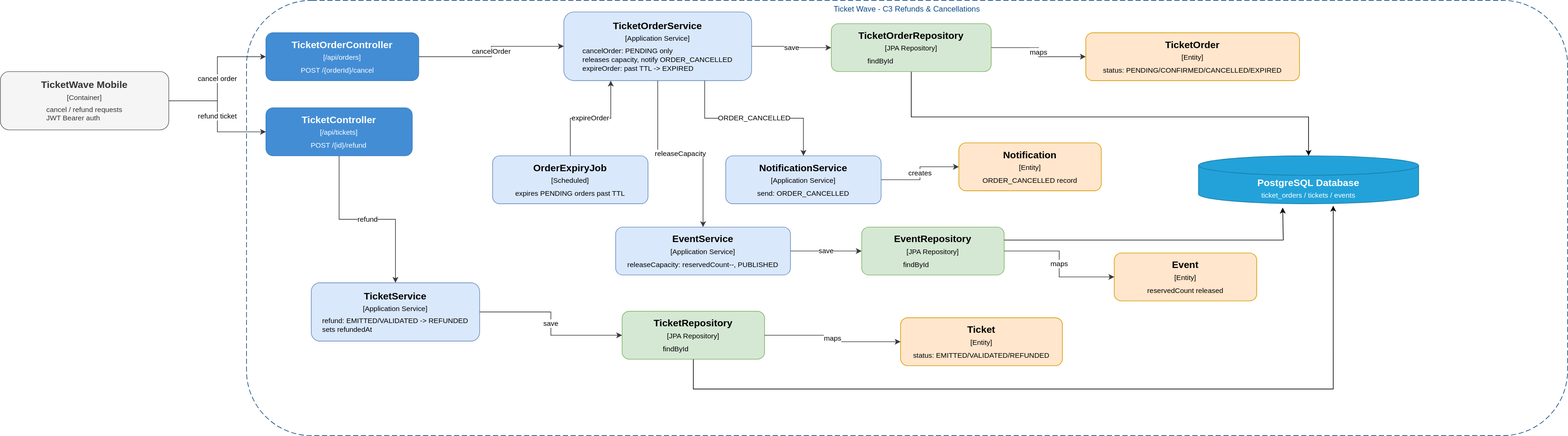
Before: diagrams/c4model/ticketwave-c3-refunds-cancellations.drawio.svg, a diagram exported from draw.io (Juanchoque1206/ticketwave-monolith). Source tidied: cells renumbered, new cells last; positions are measured from the earlier drawing's top-left corner, leaving out a move shared by most shapes. Its diagram source:
```xml
<mxGraphModel>
  <root>
    <mxCell id="0" />
    <mxCell id="1" parent="0" />
    <mxCell id="2" value="Ticket Wave - C3 Refunds &amp; Cancellations" style="group;rounded=1;whiteSpace=wrap;html=1;dashed=1;strokeColor=#0b4884;fillColor=none;fontColor=#0b4884;dashPattern=8 4;" parent="1" vertex="1">
      <mxGeometry x="380" width="2040" height="672" as="geometry" />
    </mxCell>
    <mxCell id="3" value="&lt;div style=&quot;border-color: rgb(218, 220, 224); font-size: 15px; font-weight: bold; margin-bottom: 4px;&quot;&gt;Event&lt;/div&gt;&lt;div style=&quot;border-color: rgb(218, 220, 224); font-size: 11px; margin-bottom: 6px;&quot;&gt;[Entity]&lt;/div&gt;&lt;div style=&quot;border-color: rgb(218, 220, 224); font-size: 11px; text-align: left; padding: 0px 14px;&quot;&gt;reservedCount released&lt;/div&gt;" style="rounded=1;whiteSpace=wrap;html=1;fillColor=#ffe6cc;strokeColor=#d79b00;fontColor=#000000;" parent="1" vertex="1">
      <mxGeometry x="1720" y="390" width="220" height="74" as="geometry" />
    </mxCell>
    <mxCell id="4" value="&lt;div style=&quot;border-color: rgb(218, 220, 224); font-size: 15px; font-weight: bold; margin-bottom: 4px;&quot;&gt;TicketOrderController&lt;/div&gt;&lt;div style=&quot;border-color: rgb(218, 220, 224); font-size: 11px; margin-bottom: 6px;&quot;&gt;[/api/orders]&lt;/div&gt;&lt;div style=&quot;border-color: rgb(218, 220, 224); font-size: 11px; text-align: left; padding: 0px 14px;&quot;&gt;POST /{orderId}/cancel&lt;/div&gt;" style="rounded=1;whiteSpace=wrap;html=1;fillColor=#438dd5;strokeColor=#3c7fc0;fontColor=#ffffff;" parent="1" vertex="1">
      <mxGeometry x="410" y="50" width="236" height="74" as="geometry" />
    </mxCell>
    <mxCell id="5" style="edgeStyle=orthogonalEdgeStyle;rounded=0;jettySize=auto;html=1;entryX=0.5;entryY=0;entryDx=0;entryDy=0;entryPerimeter=0;" parent="1" edge="1" source="6" target="18">
      <mxGeometry relative="1" as="geometry">
        <Array as="points">
          <mxPoint x="1407" y="180" />
          <mxPoint x="2020" y="180" />
        </Array>
      </mxGeometry>
    </mxCell>
    <mxCell id="6" value="&lt;div style=&quot;border-color: rgb(218, 220, 224); font-size: 15px; font-weight: bold; margin-bottom: 4px;&quot;&gt;TicketOrderRepository&lt;/div&gt;&lt;div style=&quot;border-color: rgb(218, 220, 224); font-size: 11px; margin-bottom: 6px;&quot;&gt;[JPA Repository]&lt;/div&gt;&lt;div style=&quot;border-color: rgb(218, 220, 224); font-size: 11px; text-align: left; padding: 0px 14px;&quot;&gt;findById&lt;/div&gt;" style="rounded=1;whiteSpace=wrap;html=1;fillColor=#d5e8d4;strokeColor=#82b366;fontColor=#000000;" parent="1" vertex="1">
      <mxGeometry x="1283" y="36" width="247" height="74" as="geometry" />
    </mxCell>
    <mxCell id="7" value="&lt;div style=&quot;border-color: rgb(218, 220, 224); font-size: 15px; font-weight: bold; margin-bottom: 4px;&quot;&gt;Notification&lt;/div&gt;&lt;div style=&quot;border-color: rgb(218, 220, 224); font-size: 11px; margin-bottom: 6px;&quot;&gt;[Entity]&lt;/div&gt;&lt;div style=&quot;border-color: rgb(218, 220, 224); font-size: 11px; text-align: left; padding: 0px 14px;&quot;&gt;ORDER_CANCELLED record&lt;/div&gt;" style="rounded=1;whiteSpace=wrap;html=1;fillColor=#ffe6cc;strokeColor=#d79b00;fontColor=#000000;" parent="1" vertex="1">
      <mxGeometry x="1480" y="220" width="220" height="74" as="geometry" />
    </mxCell>
    <mxCell id="8" value="&lt;div style=&quot;border-color: rgb(218, 220, 224); font-size: 15px; font-weight: bold; margin-bottom: 4px;&quot;&gt;NotificationService&lt;/div&gt;&lt;div style=&quot;border-color: rgb(218, 220, 224); font-size: 11px; margin-bottom: 6px;&quot;&gt;[Application Service]&lt;/div&gt;&lt;div style=&quot;border-color: rgb(218, 220, 224); font-size: 11px; text-align: left; padding: 0px 14px;&quot;&gt;send: ORDER_CANCELLED&lt;/div&gt;" style="rounded=1;whiteSpace=wrap;html=1;fillColor=#dae8fc;strokeColor=#6c8ebf;fontColor=#000000;" parent="1" vertex="1">
      <mxGeometry x="1120" y="240" width="240" height="74" as="geometry" />
    </mxCell>
    <mxCell id="9" value="&lt;div style=&quot;border-color: rgb(218, 220, 224); font-size: 15px; font-weight: bold; margin-bottom: 4px;&quot;&gt;TicketOrder&lt;/div&gt;&lt;div style=&quot;border-color: rgb(218, 220, 224); font-size: 11px; margin-bottom: 6px;&quot;&gt;[Entity]&lt;/div&gt;&lt;div style=&quot;border-color: rgb(218, 220, 224); font-size: 11px; text-align: left; padding: 0px 14px;&quot;&gt;status: PENDING/CONFIRMED/CANCELLED/EXPIRED&lt;/div&gt;" style="rounded=1;whiteSpace=wrap;html=1;fillColor=#ffe6cc;strokeColor=#d79b00;fontColor=#000000;" parent="1" vertex="1">
      <mxGeometry x="1676" y="50" width="330" height="74" as="geometry" />
    </mxCell>
    <mxCell id="10" value="&lt;div style=&quot;border-color: rgb(218, 220, 224); font-size: 15px; font-weight: bold; margin-bottom: 4px;&quot;&gt;TicketWave Mobile&lt;/div&gt;&lt;div style=&quot;border-color: rgb(218, 220, 224); font-size: 11px; margin-bottom: 6px;&quot;&gt;[Container]&lt;/div&gt;&lt;div style=&quot;border-color: rgb(218, 220, 224); font-size: 11px; text-align: left; padding: 0px 14px;&quot;&gt;cancel / refund requests&lt;/div&gt;&lt;div style=&quot;border-color: rgb(218, 220, 224); font-size: 11px; text-align: left; padding: 0px 14px;&quot;&gt;JWT Bearer auth&lt;/div&gt;" style="rounded=1;whiteSpace=wrap;html=1;fillColor=#f5f5f5;strokeColor=#666666;fontColor=#333333;" parent="1" vertex="1">
      <mxGeometry y="110" width="260" height="90" as="geometry" />
    </mxCell>
    <mxCell id="11" value="&lt;div style=&quot;border-color: rgb(218, 220, 224); font-size: 15px; font-weight: bold; margin-bottom: 4px;&quot;&gt;TicketRepository&lt;/div&gt;&lt;div style=&quot;border-color: rgb(218, 220, 224); font-size: 11px; margin-bottom: 6px;&quot;&gt;[JPA Repository]&lt;/div&gt;&lt;div style=&quot;border-color: rgb(218, 220, 224); font-size: 11px; text-align: left; padding: 0px 14px;&quot;&gt;findById&lt;/div&gt;" style="rounded=1;whiteSpace=wrap;html=1;fillColor=#d5e8d4;strokeColor=#82b366;fontColor=#000000;" parent="1" vertex="1">
      <mxGeometry x="960" y="480" width="220" height="74" as="geometry" />
    </mxCell>
    <mxCell id="12" value="&lt;div style=&quot;border-color: rgb(218, 220, 224); font-size: 15px; font-weight: bold; margin-bottom: 4px;&quot;&gt;OrderExpiryJob&lt;/div&gt;&lt;div style=&quot;border-color: rgb(218, 220, 224); font-size: 11px; margin-bottom: 6px;&quot;&gt;[Scheduled]&lt;/div&gt;&lt;div style=&quot;border-color: rgb(218, 220, 224); font-size: 11px; text-align: left; padding: 0px 14px;&quot;&gt;expires PENDING orders past TTL&lt;/div&gt;" style="rounded=1;whiteSpace=wrap;html=1;fillColor=#dae8fc;strokeColor=#6c8ebf;fontColor=#000000;" parent="1" vertex="1">
      <mxGeometry x="760" y="240" width="240" height="74" as="geometry" />
    </mxCell>
    <mxCell id="13" value="&lt;div style=&quot;border-color: rgb(218, 220, 224); font-size: 15px; font-weight: bold; margin-bottom: 4px;&quot;&gt;Ticket&lt;/div&gt;&lt;div style=&quot;border-color: rgb(218, 220, 224); font-size: 11px; margin-bottom: 6px;&quot;&gt;[Entity]&lt;/div&gt;&lt;div style=&quot;border-color: rgb(218, 220, 224); font-size: 11px; text-align: left; padding: 0px 14px;&quot;&gt;status: EMITTED/VALIDATED/REFUNDED&lt;/div&gt;" style="rounded=1;whiteSpace=wrap;html=1;fillColor=#ffe6cc;strokeColor=#d79b00;fontColor=#000000;" parent="1" vertex="1">
      <mxGeometry x="1390" y="490" width="250" height="74" as="geometry" />
    </mxCell>
    <mxCell id="14" value="&lt;div style=&quot;border-color: rgb(218, 220, 224); font-size: 15px; font-weight: bold; margin-bottom: 4px;&quot;&gt;EventRepository&lt;/div&gt;&lt;div style=&quot;border-color: rgb(218, 220, 224); font-size: 11px; margin-bottom: 6px;&quot;&gt;[JPA Repository]&lt;/div&gt;&lt;div style=&quot;border-color: rgb(218, 220, 224); font-size: 11px; text-align: left; padding: 0px 14px;&quot;&gt;findById&lt;/div&gt;" style="rounded=1;whiteSpace=wrap;html=1;fillColor=#d5e8d4;strokeColor=#82b366;fontColor=#000000;" parent="1" vertex="1">
      <mxGeometry x="1330" y="350" width="220" height="74" as="geometry" />
    </mxCell>
    <mxCell id="15" value="&lt;div style=&quot;border-color: rgb(218, 220, 224); font-size: 15px; font-weight: bold; margin-bottom: 4px;&quot;&gt;TicketController&lt;/div&gt;&lt;div style=&quot;border-color: rgb(218, 220, 224); font-size: 11px; margin-bottom: 6px;&quot;&gt;[/api/tickets]&lt;/div&gt;&lt;div style=&quot;border-color: rgb(218, 220, 224); font-size: 11px; text-align: left; padding: 0px 14px;&quot;&gt;POST /{id}/refund&lt;/div&gt;" style="rounded=1;whiteSpace=wrap;html=1;fillColor=#438dd5;strokeColor=#3c7fc0;fontColor=#ffffff;" parent="1" vertex="1">
      <mxGeometry x="410" y="166" width="226" height="74" as="geometry" />
    </mxCell>
    <mxCell id="16" value="&lt;div style=&quot;border-color: rgb(218, 220, 224); font-size: 15px; font-weight: bold; margin-bottom: 4px;&quot;&gt;TicketOrderService&lt;/div&gt;&lt;div style=&quot;border-color: rgb(218, 220, 224); font-size: 11px; margin-bottom: 6px;&quot;&gt;[Application Service]&lt;/div&gt;&lt;div style=&quot;border-color: rgb(218, 220, 224); font-size: 11px; text-align: left; padding: 0px 14px;&quot;&gt;cancelOrder: PENDING only&lt;/div&gt;&lt;div style=&quot;border-color: rgb(218, 220, 224); font-size: 11px; text-align: left; padding: 0px 14px;&quot;&gt;releases capacity, notify ORDER_CANCELLED&lt;/div&gt;&lt;div style=&quot;border-color: rgb(218, 220, 224); font-size: 11px; text-align: left; padding: 0px 14px;&quot;&gt;expireOrder: past TTL -&gt; EXPIRED&lt;/div&gt;" style="rounded=1;whiteSpace=wrap;html=1;fillColor=#dae8fc;strokeColor=#6c8ebf;fontColor=#000000;" parent="1" vertex="1">
      <mxGeometry x="870" y="18" width="290" height="106" as="geometry" />
    </mxCell>
    <mxCell id="17" value="&lt;div style=&quot;border-color: rgb(218, 220, 224); font-size: 15px; font-weight: bold; margin-bottom: 4px;&quot;&gt;TicketService&lt;/div&gt;&lt;div style=&quot;border-color: rgb(218, 220, 224); font-size: 11px; margin-bottom: 6px;&quot;&gt;[Application Service]&lt;/div&gt;&lt;div style=&quot;border-color: rgb(218, 220, 224); font-size: 11px; text-align: left; padding: 0px 14px;&quot;&gt;refund: EMITTED/VALIDATED -&gt; REFUNDED&lt;/div&gt;&lt;div style=&quot;border-color: rgb(218, 220, 224); font-size: 11px; text-align: left; padding: 0px 14px;&quot;&gt;sets refundedAt&lt;/div&gt;" style="rounded=1;whiteSpace=wrap;html=1;fillColor=#dae8fc;strokeColor=#6c8ebf;fontColor=#000000;" parent="1" vertex="1">
      <mxGeometry x="480" y="436" width="260" height="90" as="geometry" />
    </mxCell>
    <mxCell id="18" value="&lt;div style=&quot;border-color: rgb(218, 220, 224); font-size: 15px; font-weight: bold; margin-bottom: 4px;&quot;&gt;PostgreSQL Database&lt;/div&gt;&lt;div style=&quot;border-color: rgb(218, 220, 224); font-size: 11px; text-align: left; padding: 0px 14px;&quot;&gt;ticket_orders / tickets / events&lt;/div&gt;" style="shape=cylinder3;whiteSpace=wrap;html=1;boundedLbl=1;backgroundOutline=1;size=15;fillColor=#23a2d9;strokeColor=#1a7da8;fontColor=#ffffff;" parent="1" vertex="1">
      <mxGeometry x="1850" y="240" width="340" height="74" as="geometry" />
    </mxCell>
    <mxCell id="19" value="&lt;div style=&quot;border-color: rgb(218, 220, 224); font-size: 15px; font-weight: bold; margin-bottom: 4px;&quot;&gt;EventService&lt;/div&gt;&lt;div style=&quot;border-color: rgb(218, 220, 224); font-size: 11px; margin-bottom: 6px;&quot;&gt;[Application Service]&lt;/div&gt;&lt;div style=&quot;border-color: rgb(218, 220, 224); font-size: 11px; text-align: left; padding: 0px 14px;&quot;&gt;releaseCapacity: reservedCount--, PUBLISHED&lt;/div&gt;" style="rounded=1;whiteSpace=wrap;html=1;fillColor=#dae8fc;strokeColor=#6c8ebf;fontColor=#000000;" parent="1" vertex="1">
      <mxGeometry x="950" y="350" width="270" height="74" as="geometry" />
    </mxCell>
    <mxCell id="20" value="cancel order" style="rounded=0;jettySize=auto;html=1;edgeStyle=orthogonalEdgeStyle;strokeColor=#36393d;labelBackgroundColor=#ffffff;" parent="1" edge="1" source="10" target="4">
      <mxGeometry relative="1" as="geometry" />
    </mxCell>
    <mxCell id="21" value="refund ticket" style="rounded=0;jettySize=auto;html=1;edgeStyle=orthogonalEdgeStyle;strokeColor=#36393d;labelBackgroundColor=#ffffff;" parent="1" edge="1" source="10" target="15">
      <mxGeometry relative="1" as="geometry" />
    </mxCell>
    <mxCell id="22" value="cancelOrder" style="rounded=0;jettySize=auto;html=1;edgeStyle=orthogonalEdgeStyle;strokeColor=#36393d;labelBackgroundColor=#ffffff;" parent="1" edge="1" source="4" target="16">
      <mxGeometry relative="1" as="geometry" />
    </mxCell>
    <mxCell id="23" value="refund" style="rounded=0;jettySize=auto;html=1;edgeStyle=orthogonalEdgeStyle;strokeColor=#36393d;labelBackgroundColor=#ffffff;" parent="1" edge="1" source="15" target="17">
      <mxGeometry relative="1" as="geometry" />
    </mxCell>
    <mxCell id="24" value="releaseCapacity" style="rounded=0;jettySize=auto;html=1;edgeStyle=orthogonalEdgeStyle;strokeColor=#36393d;labelBackgroundColor=#ffffff;" parent="1" edge="1" source="16" target="19">
      <mxGeometry relative="1" as="geometry" />
    </mxCell>
    <mxCell id="25" value="ORDER_CANCELLED" style="rounded=0;jettySize=auto;html=1;edgeStyle=orthogonalEdgeStyle;strokeColor=#36393d;labelBackgroundColor=#ffffff;exitX=0.75;exitY=1;exitDx=0;exitDy=0;" parent="1" edge="1" source="16" target="8">
      <mxGeometry relative="1" as="geometry" />
    </mxCell>
    <mxCell id="26" value="save" style="rounded=0;jettySize=auto;html=1;edgeStyle=orthogonalEdgeStyle;strokeColor=#36393d;labelBackgroundColor=#ffffff;" parent="1" edge="1" source="16" target="6">
      <mxGeometry relative="1" as="geometry" />
    </mxCell>
    <mxCell id="27" value="save" style="rounded=0;jettySize=auto;html=1;edgeStyle=orthogonalEdgeStyle;strokeColor=#36393d;labelBackgroundColor=#ffffff;" parent="1" edge="1" source="17" target="11">
      <mxGeometry relative="1" as="geometry" />
    </mxCell>
    <mxCell id="28" value="save" style="rounded=0;jettySize=auto;html=1;edgeStyle=orthogonalEdgeStyle;strokeColor=#36393d;labelBackgroundColor=#ffffff;" parent="1" edge="1" source="19" target="14">
      <mxGeometry relative="1" as="geometry" />
    </mxCell>
    <mxCell id="29" value="expireOrder" style="rounded=0;jettySize=auto;html=1;edgeStyle=orthogonalEdgeStyle;strokeColor=#36393d;labelBackgroundColor=#ffffff;entryX=0.25;entryY=1;entryDx=0;entryDy=0;" parent="1" edge="1" source="12" target="16">
      <mxGeometry relative="1" as="geometry" />
    </mxCell>
    <mxCell id="30" value="maps" style="rounded=0;jettySize=auto;html=1;edgeStyle=orthogonalEdgeStyle;strokeColor=#36393d;labelBackgroundColor=#ffffff;" parent="1" edge="1" source="6" target="9">
      <mxGeometry relative="1" as="geometry" />
    </mxCell>
    <mxCell id="31" value="maps" style="rounded=0;jettySize=auto;html=1;edgeStyle=orthogonalEdgeStyle;strokeColor=#36393d;labelBackgroundColor=#ffffff;" parent="1" edge="1" source="11" target="13">
      <mxGeometry relative="1" as="geometry" />
    </mxCell>
    <mxCell id="32" value="maps" style="rounded=0;jettySize=auto;html=1;edgeStyle=orthogonalEdgeStyle;strokeColor=#36393d;labelBackgroundColor=#ffffff;" parent="1" edge="1" source="14" target="3">
      <mxGeometry relative="1" as="geometry" />
    </mxCell>
    <mxCell id="33" value="creates" style="rounded=0;jettySize=auto;html=1;edgeStyle=orthogonalEdgeStyle;strokeColor=#36393d;labelBackgroundColor=#ffffff;" parent="1" edge="1" source="8" target="7">
      <mxGeometry relative="1" as="geometry" />
    </mxCell>
    <mxCell id="34" style="edgeStyle=orthogonalEdgeStyle;rounded=0;jettySize=auto;html=1;" parent="1" edge="1" source="14">
      <mxGeometry relative="1" as="geometry">
        <mxPoint x="1980" y="320" as="targetPoint" />
        <Array as="points">
          <mxPoint x="1981" y="370" />
        </Array>
      </mxGeometry>
    </mxCell>
    <mxCell id="35" style="edgeStyle=orthogonalEdgeStyle;rounded=0;jettySize=auto;html=1;entryX=0.612;entryY=1.041;entryDx=0;entryDy=0;entryPerimeter=0;" parent="1" edge="1" source="11" target="18">
      <mxGeometry relative="1" as="geometry">
        <Array as="points">
          <mxPoint x="1070" y="600" />
          <mxPoint x="2058" y="600" />
        </Array>
      </mxGeometry>
    </mxCell>
  </root>
</mxGraphModel>
```
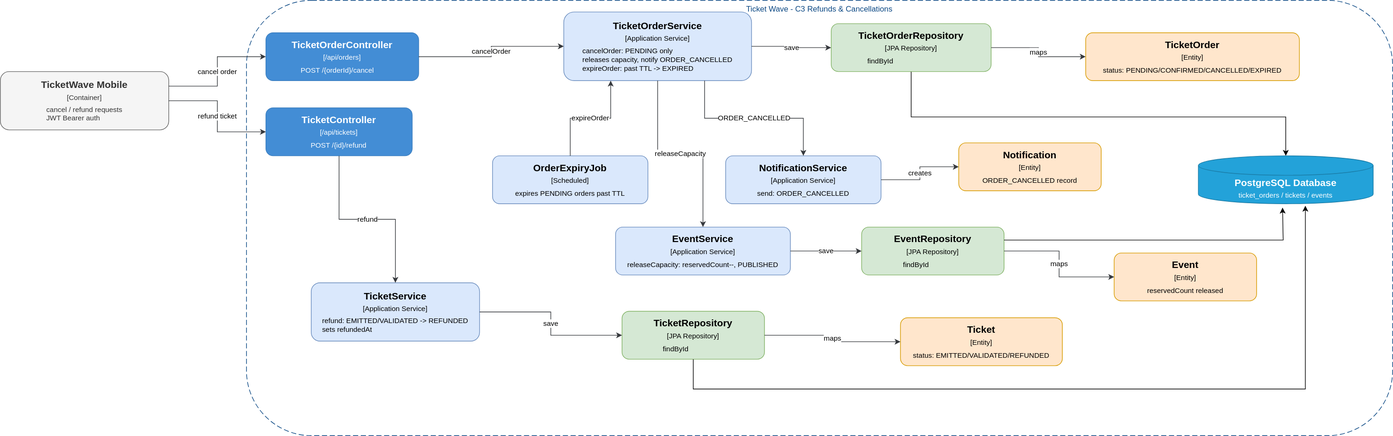
The same diagram one commit later.

Change to the diagram source:
```diff
@@ -3,7 +3,7 @@
     <mxCell id="0" />
     <mxCell id="1" parent="0" />
     <mxCell id="2" value="Ticket Wave - C3 Refunds &amp; Cancellations" style="group;rounded=1;whiteSpace=wrap;html=1;dashed=1;strokeColor=#0b4884;fillColor=none;fontColor=#0b4884;dashPattern=8 4;" parent="1" vertex="1">
-      <mxGeometry x="380" width="2040" height="672" as="geometry" />
+      <mxGeometry x="380" width="1770" height="672" as="geometry" />
     </mxCell>
     <mxCell id="3" value="&lt;div style=&quot;border-color: rgb(218, 220, 224); font-size: 15px; font-weight: bold; margin-bottom: 4px;&quot;&gt;Event&lt;/div&gt;&lt;div style=&quot;border-color: rgb(218, 220, 224); font-size: 11px; margin-bottom: 6px;&quot;&gt;[Entity]&lt;/div&gt;&lt;div style=&quot;border-color: rgb(218, 220, 224); font-size: 11px; text-align: left; padding: 0px 14px;&quot;&gt;reservedCount released&lt;/div&gt;" style="rounded=1;whiteSpace=wrap;html=1;fillColor=#ffe6cc;strokeColor=#d79b00;fontColor=#000000;" parent="1" vertex="1">
       <mxGeometry x="1720" y="390" width="220" height="74" as="geometry" />
@@ -15,7 +15,7 @@
       <mxGeometry relative="1" as="geometry">
         <Array as="points">
           <mxPoint x="1407" y="180" />
-          <mxPoint x="2020" y="180" />
+          <mxPoint x="1985" y="180" />
         </Array>
       </mxGeometry>
     </mxCell>
@@ -56,12 +56,12 @@
       <mxGeometry x="480" y="436" width="260" height="90" as="geometry" />
     </mxCell>
     <mxCell id="18" value="&lt;div style=&quot;border-color: rgb(218, 220, 224); font-size: 15px; font-weight: bold; margin-bottom: 4px;&quot;&gt;PostgreSQL Database&lt;/div&gt;&lt;div style=&quot;border-color: rgb(218, 220, 224); font-size: 11px; text-align: left; padding: 0px 14px;&quot;&gt;ticket_orders / tickets / events&lt;/div&gt;" style="shape=cylinder3;whiteSpace=wrap;html=1;boundedLbl=1;backgroundOutline=1;size=15;fillColor=#23a2d9;strokeColor=#1a7da8;fontColor=#ffffff;" parent="1" vertex="1">
-      <mxGeometry x="1850" y="240" width="340" height="74" as="geometry" />
+      <mxGeometry x="1850" y="240" width="270" height="74" as="geometry" />
     </mxCell>
     <mxCell id="19" value="&lt;div style=&quot;border-color: rgb(218, 220, 224); font-size: 15px; font-weight: bold; margin-bottom: 4px;&quot;&gt;EventService&lt;/div&gt;&lt;div style=&quot;border-color: rgb(218, 220, 224); font-size: 11px; margin-bottom: 6px;&quot;&gt;[Application Service]&lt;/div&gt;&lt;div style=&quot;border-color: rgb(218, 220, 224); font-size: 11px; text-align: left; padding: 0px 14px;&quot;&gt;releaseCapacity: reservedCount--, PUBLISHED&lt;/div&gt;" style="rounded=1;whiteSpace=wrap;html=1;fillColor=#dae8fc;strokeColor=#6c8ebf;fontColor=#000000;" parent="1" vertex="1">
       <mxGeometry x="950" y="350" width="270" height="74" as="geometry" />
     </mxCell>
-    <mxCell id="20" value="cancel order" style="rounded=0;jettySize=auto;html=1;edgeStyle=orthogonalEdgeStyle;strokeColor=#36393d;labelBackgroundColor=#ffffff;" parent="1" edge="1" source="10" target="4">
+    <mxCell id="20" value="cancel order" style="rounded=0;jettySize=auto;html=1;edgeStyle=orthogonalEdgeStyle;strokeColor=#36393d;labelBackgroundColor=#ffffff;exitX=1;exitY=0.25;exitDx=0;exitDy=0;" parent="1" edge="1" source="10" target="4">
       <mxGeometry relative="1" as="geometry" />
     </mxCell>
     <mxCell id="21" value="refund ticket" style="rounded=0;jettySize=auto;html=1;edgeStyle=orthogonalEdgeStyle;strokeColor=#36393d;labelBackgroundColor=#ffffff;" parent="1" edge="1" source="10" target="15">
@@ -115,7 +115,7 @@
       <mxGeometry relative="1" as="geometry">
         <Array as="points">
           <mxPoint x="1070" y="600" />
-          <mxPoint x="2058" y="600" />
+          <mxPoint x="2015" y="600" />
         </Array>
       </mxGeometry>
     </mxCell>
```
